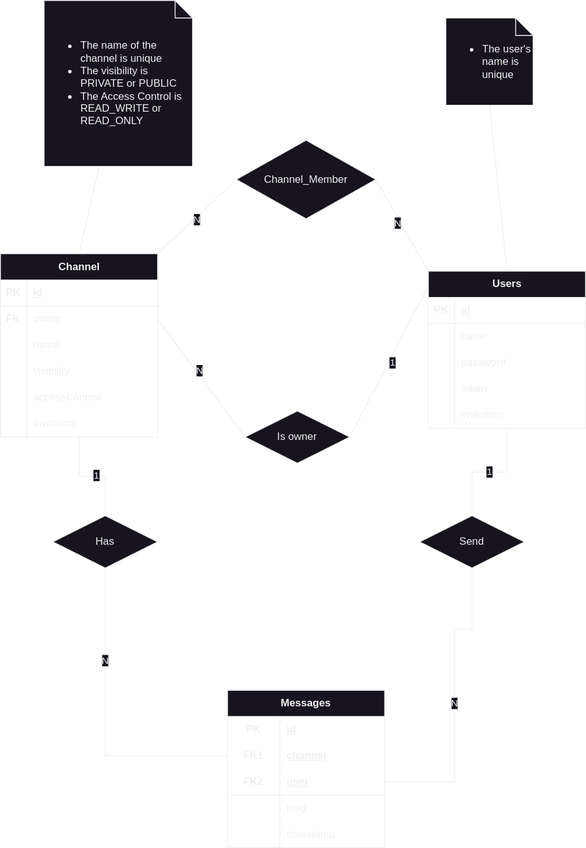
The draw.io diagram code/jvm/repository_jdbc/src/sql/ChIMP-scheme.svg in Brgm37/Multi-user-Instant-Messaging-system, before a commit. Source tidied: cells renumbered, new cells last; positions are measured from the earlier drawing's top-left corner, leaving out a move shared by most shapes.
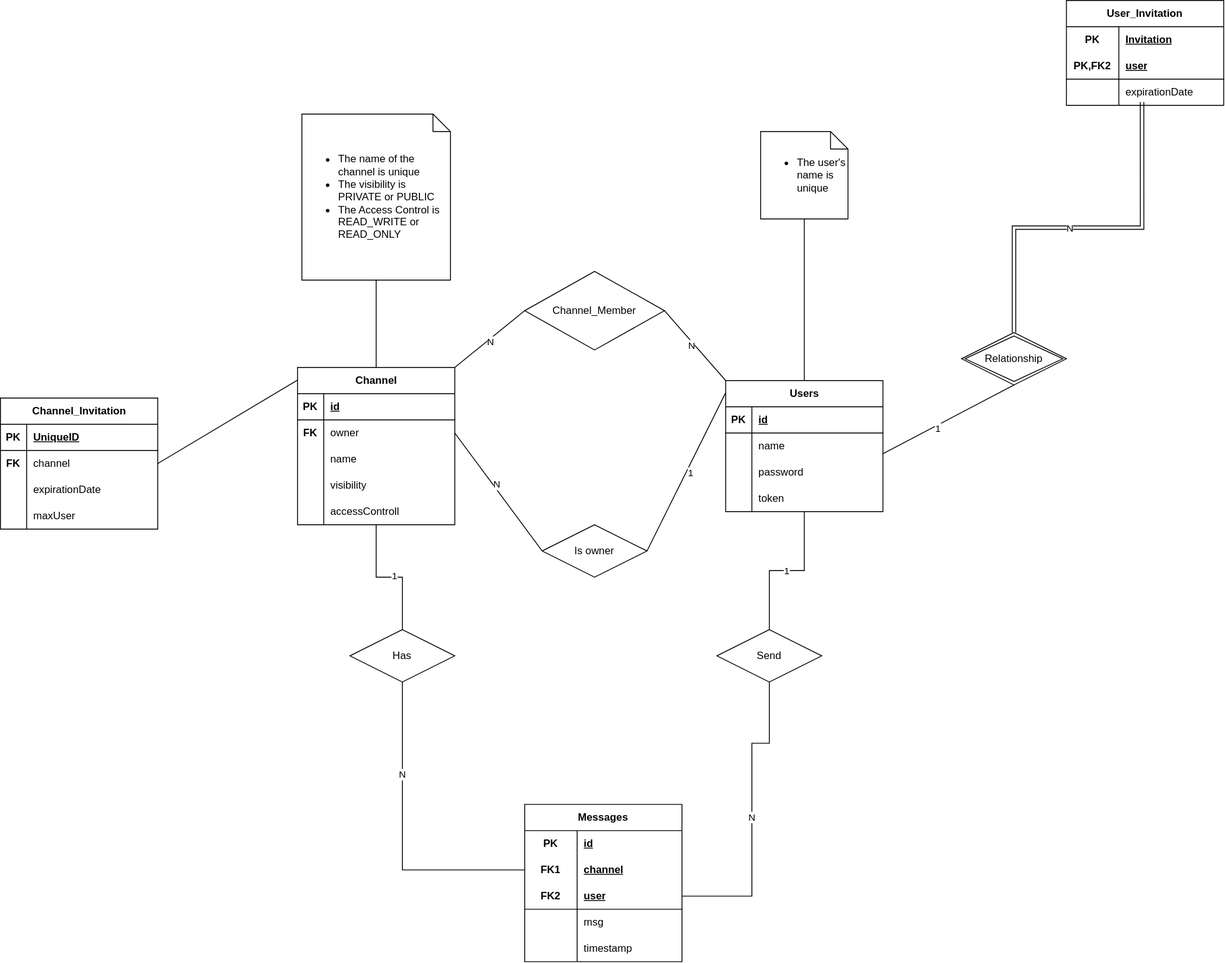
Above is the later version.

The edit, as a diff of the source:
```diff
@@ -15,7 +15,7 @@
       <mxGeometry x="-0.41" y="-1" relative="1" as="geometry" />
     </mxCell>
     <mxCell id="4" value="Channel" style="shape=table;startSize=30;rowLines=0;fontStyle=1;align=center;html=1;" parent="1" vertex="1">
-      <mxGeometry y="290" width="180" height="210" as="geometry" />
+      <mxGeometry y="290" width="180" height="180" as="geometry" />
     </mxCell>
     <mxCell id="5" style="shape=tableRow;horizontal=0;startSize=0;swimlaneHead=0;swimlaneBody=0;fillColor=none;top=0;left=0;right=0;bottom=1;" parent="4" vertex="1">
       <mxGeometry y="30" width="180" height="30" as="geometry" />
@@ -62,17 +62,8 @@
     <mxCell id="19" value="accessControll" style="shape=partialRectangle;fillColor=none;top=0;left=0;bottom=0;right=0;align=left;spacingLeft=6;overflow=hidden;whiteSpace=wrap;html=1;" parent="17" vertex="1">
       <mxGeometry x="30" width="150" height="30" as="geometry" />
     </mxCell>
-    <mxCell id="20" style="shape=tableRow;horizontal=0;startSize=0;swimlaneHead=0;swimlaneBody=0;fillColor=none;top=0;left=0;right=0;bottom=0;" parent="4" vertex="1">
-      <mxGeometry y="180" width="180" height="30" as="geometry" />
-    </mxCell>
-    <mxCell id="21" style="shape=partialRectangle;fillColor=none;top=0;left=0;bottom=0;right=0;overflow=hidden;whiteSpace=wrap;html=1;" parent="20" vertex="1">
-      <mxGeometry width="30" height="30" as="geometry" />
-    </mxCell>
-    <mxCell id="22" value="invitation" style="shape=partialRectangle;fillColor=none;top=0;left=0;bottom=0;right=0;align=left;spacingLeft=6;overflow=hidden;whiteSpace=wrap;html=1;" parent="20" vertex="1">
-      <mxGeometry x="30" width="150" height="30" as="geometry" />
-    </mxCell>
     <mxCell id="23" value="Users" style="shape=table;startSize=30;rowLines=0;fontStyle=1;align=center;html=1;" parent="1" vertex="1">
-      <mxGeometry x="490" y="310" width="180" height="180" as="geometry" />
+      <mxGeometry x="490" y="305" width="180" height="150" as="geometry" />
     </mxCell>
     <mxCell id="24" style="shape=tableRow;horizontal=0;startSize=0;swimlaneHead=0;swimlaneBody=0;fillColor=none;top=0;left=0;right=0;bottom=1;" parent="23" vertex="1">
       <mxGeometry y="30" width="180" height="30" as="geometry" />
@@ -110,15 +101,6 @@
     <mxCell id="35" value="token" style="shape=partialRectangle;fillColor=none;top=0;left=0;bottom=0;right=0;align=left;spacingLeft=6;overflow=hidden;whiteSpace=wrap;html=1;" parent="33" vertex="1">
       <mxGeometry x="30" width="150" height="30" as="geometry" />
     </mxCell>
-    <mxCell id="36" style="shape=tableRow;horizontal=0;startSize=0;swimlaneHead=0;swimlaneBody=0;fillColor=none;top=0;left=0;right=0;bottom=0;" parent="23" vertex="1">
-      <mxGeometry y="150" width="180" height="30" as="geometry" />
-    </mxCell>
-    <mxCell id="37" style="shape=partialRectangle;fillColor=none;top=0;left=0;bottom=0;right=0;overflow=hidden;whiteSpace=wrap;html=1;" parent="36" vertex="1">
-      <mxGeometry width="30" height="30" as="geometry" />
-    </mxCell>
-    <mxCell id="38" value="invitation" style="shape=partialRectangle;fillColor=none;top=0;left=0;bottom=0;right=0;align=left;spacingLeft=6;overflow=hidden;whiteSpace=wrap;html=1;" parent="36" vertex="1">
-      <mxGeometry x="30" width="150" height="30" as="geometry" />
-    </mxCell>
     <mxCell id="39" value="Messages" style="shape=table;startSize=30;rowLines=0;fontStyle=1;align=center;html=1;whiteSpace=wrap;" parent="1" vertex="1">
       <mxGeometry x="260" y="790" width="180" height="180" as="geometry" />
     </mxCell>
@@ -207,19 +189,19 @@
       <mxGeometry x="-0.11" y="3" relative="1" as="geometry" />
     </mxCell>
     <mxCell id="66" value="&lt;ul&gt;&lt;li&gt;The name of the channel is unique&lt;/li&gt;&lt;li&gt;The visibility is PRIVATE or PUBLIC&lt;/li&gt;&lt;li&gt;The Access Control is READ_WRITE or READ_ONLY&lt;/li&gt;&lt;/ul&gt;" style="shape=note;size=20;whiteSpace=wrap;html=1;align=left;" parent="1" vertex="1">
-      <mxGeometry x="50" width="170" height="190" as="geometry" />
+      <mxGeometry x="5" width="170" height="190" as="geometry" />
     </mxCell>
     <mxCell id="67" style="endArrow=none;html=1;rounded=0;exitX=0.5;exitY=0;exitDx=0;exitDy=0;" parent="1" edge="1" source="4" target="66">
       <mxGeometry relative="1" as="geometry" />
     </mxCell>
     <mxCell id="68" value="&lt;ul&gt;&lt;li&gt;&lt;span style=&quot;background-color: initial;&quot;&gt;The user's name is unique&lt;/span&gt;&lt;/li&gt;&lt;/ul&gt;" style="shape=note;size=20;whiteSpace=wrap;html=1;align=left;" parent="1" vertex="1">
-      <mxGeometry x="510" y="20" width="100" height="100" as="geometry" />
+      <mxGeometry x="530" y="20" width="100" height="100" as="geometry" />
     </mxCell>
     <mxCell id="69" style="endArrow=none;html=1;rounded=0;entryX=0.5;entryY=1;entryDx=0;entryDy=0;entryPerimeter=0;exitX=0.5;exitY=0;exitDx=0;exitDy=0;" parent="1" edge="1" source="23" target="68">
       <mxGeometry relative="1" as="geometry" />
     </mxCell>
     <mxCell id="70" value="Channel_Member" style="shape=rhombus;perimeter=rhombusPerimeter;whiteSpace=wrap;html=1;align=center;" parent="1" vertex="1">
-      <mxGeometry x="270" y="160" width="160" height="90" as="geometry" />
+      <mxGeometry x="260" y="180" width="160" height="90" as="geometry" />
     </mxCell>
     <mxCell id="71" style="endArrow=none;html=1;rounded=0;exitX=1;exitY=0;exitDx=0;exitDy=0;entryX=0;entryY=0.5;entryDx=0;entryDy=0;" parent="1" edge="1" source="4" target="70">
       <mxGeometry relative="1" as="geometry" />
@@ -235,5 +217,97 @@
         <mxPoint x="1" as="offset" />
       </mxGeometry>
     </mxCell>
+    <mxCell id="75" value="Channel_Invitation" style="shape=table;startSize=30;rowLines=0;fontStyle=1;align=center;html=1;" parent="1" vertex="1">
+      <mxGeometry x="-340" y="325" width="180" height="150" as="geometry" />
+    </mxCell>
+    <mxCell id="76" style="shape=tableRow;horizontal=0;startSize=0;swimlaneHead=0;swimlaneBody=0;fillColor=none;top=0;left=0;right=0;bottom=1;" parent="75" vertex="1">
+      <mxGeometry y="30" width="180" height="30" as="geometry" />
+    </mxCell>
+    <mxCell id="77" value="PK" style="shape=partialRectangle;fillColor=none;top=0;left=0;bottom=0;right=0;fontStyle=1;overflow=hidden;whiteSpace=wrap;html=1;" parent="76" vertex="1">
+      <mxGeometry width="30" height="30" as="geometry" />
+    </mxCell>
+    <mxCell id="78" value="UniqueID" style="shape=partialRectangle;fillColor=none;top=0;left=0;bottom=0;right=0;align=left;spacingLeft=6;fontStyle=5;overflow=hidden;whiteSpace=wrap;html=1;" parent="76" vertex="1">
+      <mxGeometry x="30" width="150" height="30" as="geometry" />
+    </mxCell>
+    <mxCell id="79" style="shape=tableRow;horizontal=0;startSize=0;swimlaneHead=0;swimlaneBody=0;fillColor=none;points=[[0,0.5],[1,0.5]];portConstraint=eastwest;top=0;left=0;right=0;bottom=0;" parent="75" vertex="1">
+      <mxGeometry y="60" width="180" height="30" as="geometry" />
+    </mxCell>
+    <mxCell id="80" value="&lt;b&gt;FK&lt;/b&gt;" style="shape=partialRectangle;fillColor=none;top=0;left=0;bottom=0;right=0;overflow=hidden;whiteSpace=wrap;html=1;" parent="79" vertex="1">
+      <mxGeometry width="30" height="30" as="geometry" />
+    </mxCell>
+    <mxCell id="81" value="channel" style="shape=partialRectangle;fillColor=none;top=0;left=0;bottom=0;right=0;align=left;spacingLeft=6;overflow=hidden;whiteSpace=wrap;html=1;" parent="79" vertex="1">
+      <mxGeometry x="30" width="150" height="30" as="geometry" />
+    </mxCell>
+    <mxCell id="82" style="shape=tableRow;horizontal=0;startSize=0;swimlaneHead=0;swimlaneBody=0;fillColor=none;top=0;left=0;right=0;bottom=0;" parent="75" vertex="1">
+      <mxGeometry y="90" width="180" height="30" as="geometry" />
+    </mxCell>
+    <mxCell id="83" style="shape=partialRectangle;fillColor=none;top=0;left=0;bottom=0;right=0;overflow=hidden;whiteSpace=wrap;html=1;" parent="82" vertex="1">
+      <mxGeometry width="30" height="30" as="geometry" />
+    </mxCell>
+    <mxCell id="84" value="expirationDate" style="shape=partialRectangle;fillColor=none;top=0;left=0;bottom=0;right=0;align=left;spacingLeft=6;overflow=hidden;whiteSpace=wrap;html=1;" parent="82" vertex="1">
+      <mxGeometry x="30" width="150" height="30" as="geometry" />
+    </mxCell>
+    <mxCell id="85" style="shape=tableRow;horizontal=0;startSize=0;swimlaneHead=0;swimlaneBody=0;fillColor=none;top=0;left=0;right=0;bottom=0;" parent="75" vertex="1">
+      <mxGeometry y="120" width="180" height="30" as="geometry" />
+    </mxCell>
+    <mxCell id="86" style="shape=partialRectangle;fillColor=none;top=0;left=0;bottom=0;right=0;overflow=hidden;whiteSpace=wrap;html=1;" parent="85" vertex="1">
+      <mxGeometry width="30" height="30" as="geometry" />
+    </mxCell>
+    <mxCell id="87" value="maxUser" style="shape=partialRectangle;fillColor=none;top=0;left=0;bottom=0;right=0;align=left;spacingLeft=6;overflow=hidden;whiteSpace=wrap;html=1;" parent="85" vertex="1">
+      <mxGeometry x="30" width="150" height="30" as="geometry" />
+    </mxCell>
+    <mxCell id="88" style="endArrow=none;html=1;rounded=0;exitX=1;exitY=0.5;exitDx=0;exitDy=0;entryX=0.001;entryY=0.08;entryDx=0;entryDy=0;entryPerimeter=0;" parent="1" edge="1" source="79" target="4">
+      <mxGeometry relative="1" as="geometry" />
+    </mxCell>
+    <mxCell id="89" value="User_Invitation" style="shape=table;startSize=30;rowLines=0;fontStyle=1;align=center;html=1;whiteSpace=wrap;" parent="1" vertex="1">
+      <mxGeometry x="880" y="-130" width="180" height="120" as="geometry" />
+    </mxCell>
+    <mxCell id="90" style="shape=tableRow;horizontal=0;startSize=0;swimlaneHead=0;swimlaneBody=0;fillColor=none;top=0;left=0;right=0;bottom=0;html=1;" parent="89" vertex="1">
+      <mxGeometry y="30" width="180" height="30" as="geometry" />
+    </mxCell>
+    <mxCell id="91" value="PK" style="shape=partialRectangle;fillColor=none;top=0;left=0;bottom=0;right=0;fontStyle=1;overflow=hidden;html=1;whiteSpace=wrap;" parent="90" vertex="1">
+      <mxGeometry width="60" height="30" as="geometry" />
+    </mxCell>
+    <mxCell id="92" value="Invitation" style="shape=partialRectangle;fillColor=none;top=0;left=0;bottom=0;right=0;align=left;spacingLeft=6;fontStyle=5;overflow=hidden;html=1;whiteSpace=wrap;" parent="90" vertex="1">
+      <mxGeometry x="60" width="120" height="30" as="geometry" />
+    </mxCell>
+    <mxCell id="93" style="shape=tableRow;horizontal=0;startSize=0;swimlaneHead=0;swimlaneBody=0;fillColor=none;top=0;left=0;right=0;bottom=1;html=1;" parent="89" vertex="1">
+      <mxGeometry y="60" width="180" height="30" as="geometry" />
+    </mxCell>
+    <mxCell id="94" value="PK,FK2" style="shape=partialRectangle;fillColor=none;top=0;left=0;bottom=0;right=0;fontStyle=1;overflow=hidden;html=1;whiteSpace=wrap;" parent="93" vertex="1">
+      <mxGeometry width="60" height="30" as="geometry" />
+    </mxCell>
+    <mxCell id="95" value="user" style="shape=partialRectangle;fillColor=none;top=0;left=0;bottom=0;right=0;align=left;spacingLeft=6;fontStyle=5;overflow=hidden;html=1;whiteSpace=wrap;" parent="93" vertex="1">
+      <mxGeometry x="60" width="120" height="30" as="geometry" />
+    </mxCell>
+    <mxCell id="96" style="shape=tableRow;horizontal=0;startSize=0;swimlaneHead=0;swimlaneBody=0;fillColor=none;points=[[0,0.5],[1,0.5]];portConstraint=eastwest;top=0;left=0;right=0;bottom=0;html=1;" parent="89" vertex="1">
+      <mxGeometry y="90" width="180" height="30" as="geometry" />
+    </mxCell>
+    <mxCell id="97" style="shape=partialRectangle;fillColor=none;top=0;left=0;bottom=0;right=0;overflow=hidden;html=1;whiteSpace=wrap;" parent="96" vertex="1">
+      <mxGeometry width="60" height="30" as="geometry" />
+    </mxCell>
+    <mxCell id="98" value="expirationDate" style="shape=partialRectangle;fillColor=none;top=0;left=0;bottom=0;right=0;align=left;spacingLeft=6;overflow=hidden;html=1;whiteSpace=wrap;" parent="96" vertex="1">
+      <mxGeometry x="60" width="120" height="30" as="geometry" />
+    </mxCell>
+    <mxCell id="99" value="Relationship" style="shape=rhombus;double=1;perimeter=rhombusPerimeter;whiteSpace=wrap;html=1;align=center;" parent="1" vertex="1">
+      <mxGeometry x="760" y="250" width="120" height="60" as="geometry" />
+    </mxCell>
+    <mxCell id="100" style="endArrow=none;html=1;rounded=0;exitX=0.997;exitY=0.8;exitDx=0;exitDy=0;exitPerimeter=0;entryX=0.5;entryY=1;entryDx=0;entryDy=0;" parent="1" edge="1" source="27" target="99">
+      <mxGeometry relative="1" as="geometry" />
+    </mxCell>
+    <mxCell id="101" value="1" style="edgeLabel;html=1;align=center;verticalAlign=middle;" parent="100" vertex="1">
+      <mxGeometry x="-0.18" y="-3" relative="1" as="geometry" />
+    </mxCell>
+    <mxCell id="102" style="endArrow=none;html=1;rounded=0;exitX=0.5;exitY=0;exitDx=0;exitDy=0;entryX=0.481;entryY=0.878;entryDx=0;entryDy=0;entryPerimeter=0;shape=link;edgeStyle=orthogonalEdgeStyle;" parent="1" edge="1" source="99" target="96">
+      <mxGeometry relative="1" as="geometry">
+        <Array as="points">
+          <mxPoint x="820" y="130" />
+          <mxPoint x="967" y="130" />
+        </Array>
+      </mxGeometry>
+    </mxCell>
+    <mxCell id="103" value="N" style="edgeLabel;html=1;align=center;verticalAlign=middle;" parent="102" vertex="1">
+      <mxGeometry x="-0.1" relative="1" as="geometry" />
+    </mxCell>
   </root>
 </mxGraphModel>
```
